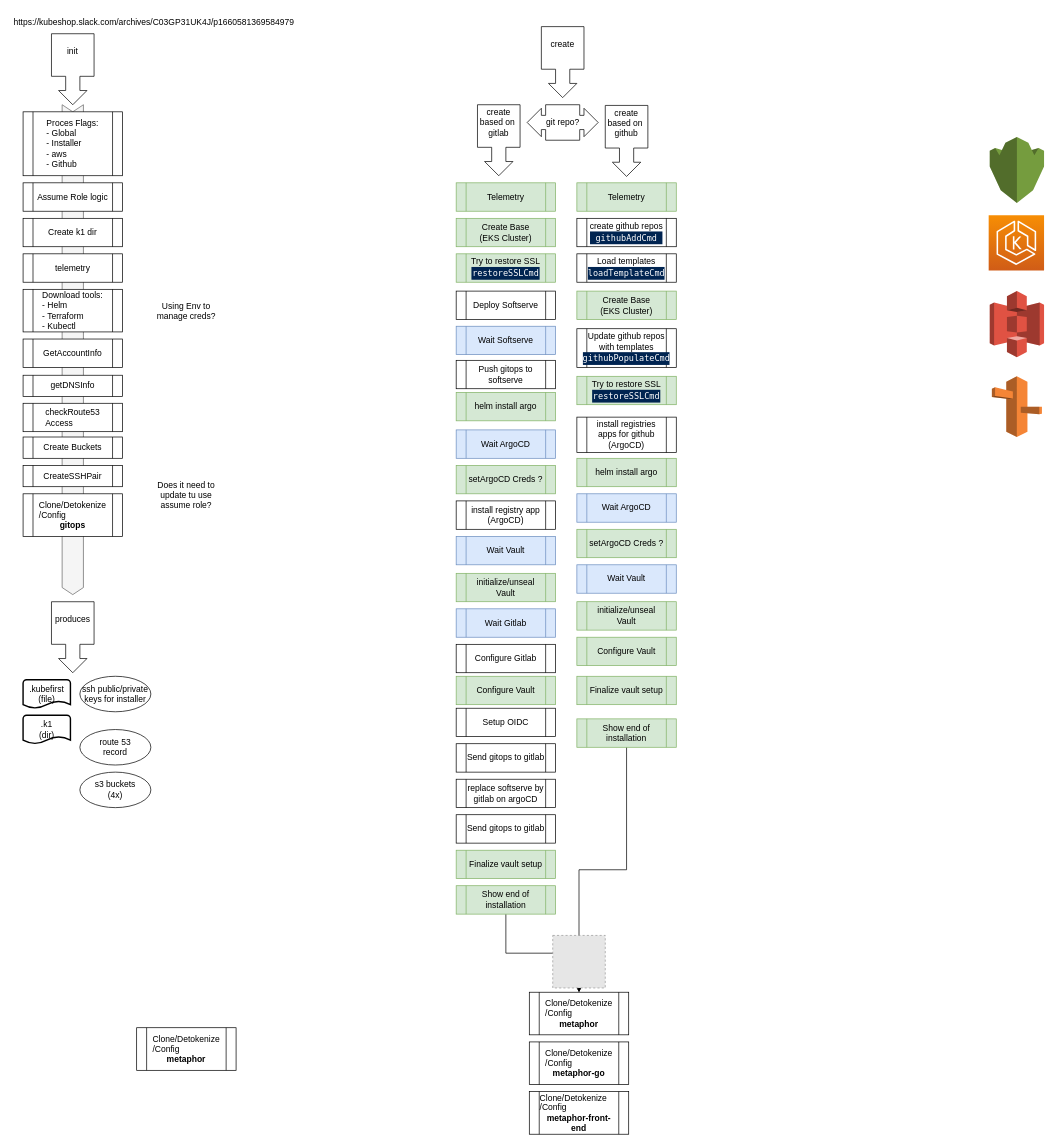
Before: Installer.drawio in org-demo-6za/diagrams-kubefirst, a draw.io diagram. Source tidied: cells renumbered, new cells numbered last; positions are measured from the earlier drawing's top-left corner, leaving out a move shared by most shapes. Both pictures are drawn from the tidied source at 71%, with x=0, y=0 at pixel (-173, 12). Pictures stored in the file or linked from it are replaced by grey dashed boxes.
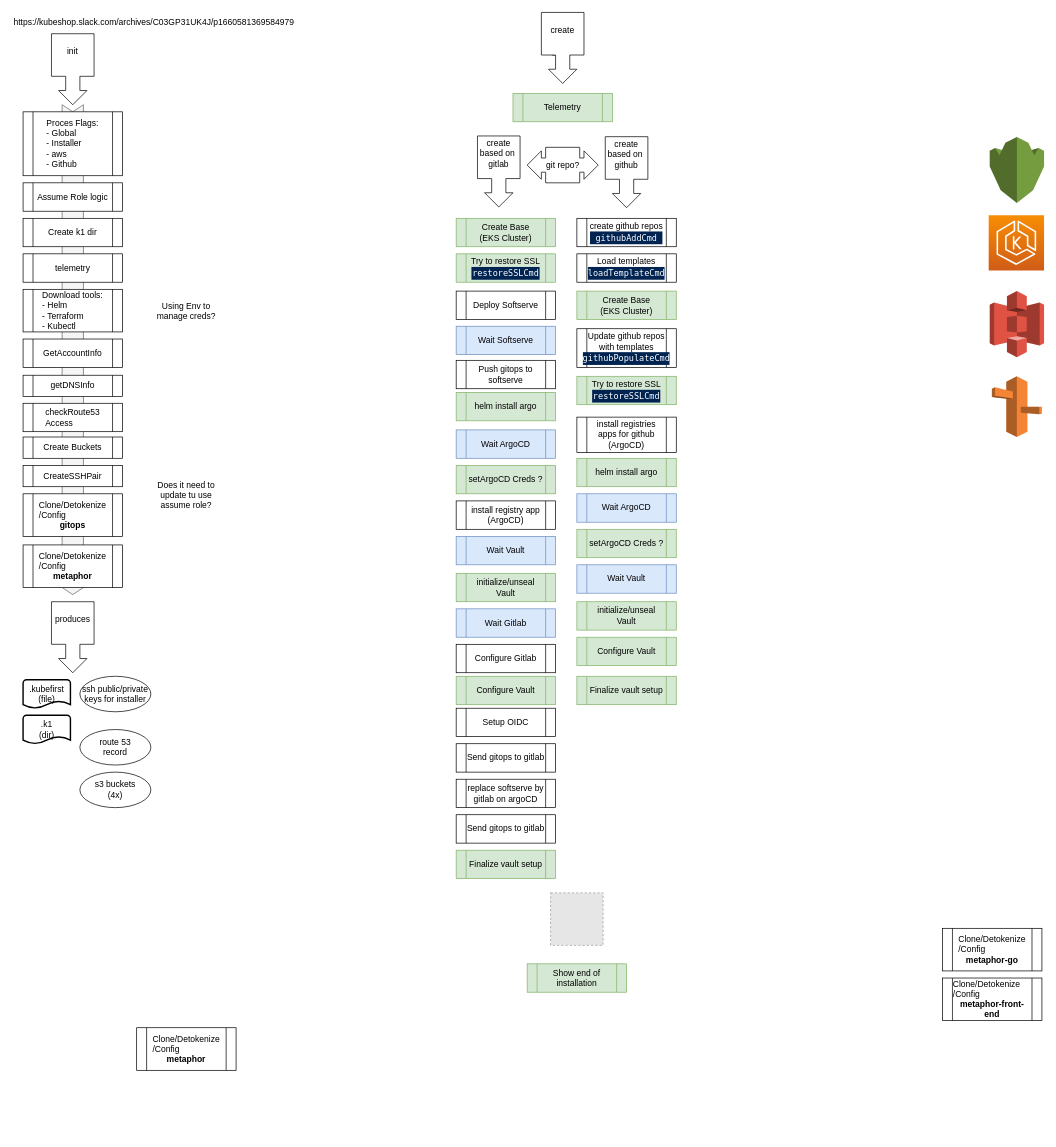
The same diagram, later.

Change to the diagram source:
```diff
@@
-    <mxCell id="7" style="html=1;shadow=0;dashed=0;align=center;verticalAlign=middle;shape=mxgraph.arrows2.calloutArrow;dy=10;dx=20;notch=60;arrowHead=10;rotation=90;" parent="1" vertex="1">
-      <mxGeometry x="985" y="40" width="100" height="60" as="geometry" />
-    </mxCell>
-    <mxCell id="8" value="create" style="text;html=1;strokeColor=none;fillColor=none;align=center;verticalAlign=middle;whiteSpace=wrap;rounded=0;" parent="1" vertex="1">
-      <mxGeometry x="1005" y="30" width="60" height="30" as="geometry" />
-    </mxCell>
     <mxCell id="9" value="git repo?" style="html=1;shadow=0;dashed=0;align=center;verticalAlign=middle;shape=mxgraph.arrows2.calloutDoubleArrow;dy=10;dx=20;notch=24;arrowHead=10;" parent="1" vertex="1">
-      <mxGeometry x="985" y="130" width="100" height="50" as="geometry" />
+      <mxGeometry x="985" y="190" width="100" height="50" as="geometry" />
     </mxCell>
     <mxCell id="10" style="html=1;shadow=0;dashed=0;align=center;verticalAlign=middle;shape=mxgraph.arrows2.calloutArrow;dy=10;dx=20;notch=60;arrowHead=10;rotation=90;" parent="1" vertex="1">
-      <mxGeometry x="895" y="150" width="100" height="60" as="geometry" />
+      <mxGeometry x="895" y="194" width="100" height="60" as="geometry" />
     </mxCell>
     <mxCell id="11" value="create based on&amp;nbsp;&lt;br&gt;gitlab" style="text;html=1;strokeColor=none;fillColor=none;align=center;verticalAlign=middle;whiteSpace=wrap;rounded=0;" parent="1" vertex="1">
-      <mxGeometry x="915" y="140" width="60" height="30" as="geometry" />
+      <mxGeometry x="915" y="184" width="60" height="30" as="geometry" />
     </mxCell>
     <mxCell id="12" style="html=1;shadow=0;dashed=0;align=center;verticalAlign=middle;shape=mxgraph.arrows2.calloutArrow;dy=10;dx=20;notch=60;arrowHead=10;rotation=90;" parent="1" vertex="1">
-      <mxGeometry x="1075" y="151" width="100" height="60" as="geometry" />
+      <mxGeometry x="1075" y="195" width="100" height="60" as="geometry" />
     </mxCell>
     <mxCell id="13" value="create based on&amp;nbsp;&lt;br&gt;github" style="text;html=1;strokeColor=none;fillColor=none;align=center;verticalAlign=middle;whiteSpace=wrap;rounded=0;" parent="1" vertex="1">
-      <mxGeometry x="1095" y="141" width="60" height="30" as="geometry" />
+      <mxGeometry x="1095" y="185" width="60" height="30" as="geometry" />
     </mxCell>
@@
     <mxCell id="31" value="&lt;div style=&quot;text-align: left;&quot;&gt;Clone/Detokenize&lt;/div&gt;&lt;div style=&quot;text-align: left;&quot;&gt;/Config&lt;/div&gt;&lt;div style=&quot;&quot;&gt;&lt;b&gt;metaphor&lt;/b&gt;&lt;br&gt;&lt;/div&gt;" style="shape=process;whiteSpace=wrap;html=1;backgroundOutline=1;" parent="1" vertex="1">
-      <mxGeometry x="988" y="1380" width="140" height="60" as="geometry" />
+      <mxGeometry x="275" y="750" width="140" height="60" as="geometry" />
     </mxCell>
@@
     <mxCell id="39" value="&lt;div style=&quot;text-align: left;&quot;&gt;Telemetry&lt;/div&gt;" style="shape=process;whiteSpace=wrap;html=1;backgroundOutline=1;fillColor=#d5e8d4;strokeColor=#82b366;" parent="1" vertex="1">
-      <mxGeometry x="885" y="240" width="140" height="40" as="geometry" />
+      <mxGeometry x="965" y="114" width="140" height="40" as="geometry" />
     </mxCell>
@@
-    <mxCell id="59" style="edgeStyle=orthogonalEdgeStyle;rounded=0;jettySize=auto;html=1;exitX=0.5;exitY=1;exitDx=0;exitDy=0;" parent="1" edge="1" source="60" target="31">
-      <mxGeometry relative="1" as="geometry" />
-    </mxCell>
     <mxCell id="60" value="&lt;div style=&quot;&quot;&gt;Show end of installation&lt;/div&gt;" style="shape=process;whiteSpace=wrap;html=1;backgroundOutline=1;align=center;fillColor=#d5e8d4;strokeColor=#82b366;" parent="1" vertex="1">
-      <mxGeometry x="885" y="1230" width="140" height="40" as="geometry" />
+      <mxGeometry x="985" y="1340" width="140" height="40" as="geometry" />
     </mxCell>
-    <mxCell id="61" value="&lt;div style=&quot;text-align: left;&quot;&gt;Telemetry&lt;/div&gt;" style="shape=process;whiteSpace=wrap;html=1;backgroundOutline=1;fillColor=#d5e8d4;strokeColor=#82b366;" parent="1" vertex="1">
-      <mxGeometry x="1055" y="240" width="140" height="40" as="geometry" />
-    </mxCell>
@@
-    <mxCell id="75" style="edgeStyle=orthogonalEdgeStyle;rounded=0;jettySize=auto;html=1;exitX=0.5;exitY=1;exitDx=0;exitDy=0;" parent="1" edge="1" source="76" target="31">
-      <mxGeometry relative="1" as="geometry" />
-    </mxCell>
-    <mxCell id="76" value="&lt;div style=&quot;&quot;&gt;Show end of installation&lt;/div&gt;" style="shape=process;whiteSpace=wrap;html=1;backgroundOutline=1;align=center;fillColor=#d5e8d4;strokeColor=#82b366;" parent="1" vertex="1">
-      <mxGeometry x="1055" y="995" width="140" height="40" as="geometry" />
-    </mxCell>
     <mxCell id="77" value="&lt;div style=&quot;text-align: left;&quot;&gt;Clone/Detokenize&lt;/div&gt;&lt;div style=&quot;text-align: left;&quot;&gt;/Config&lt;/div&gt;&lt;div style=&quot;&quot;&gt;&lt;b&gt;metaphor-go&lt;/b&gt;&lt;br&gt;&lt;/div&gt;" style="shape=process;whiteSpace=wrap;html=1;backgroundOutline=1;" parent="1" vertex="1">
-      <mxGeometry x="988" y="1450" width="140" height="60" as="geometry" />
+      <mxGeometry x="1570" y="1290" width="140" height="60" as="geometry" />
     </mxCell>
     <mxCell id="78" value="&lt;div style=&quot;text-align: left;&quot;&gt;Clone/Detokenize&lt;/div&gt;&lt;div style=&quot;text-align: left;&quot;&gt;/Config&lt;/div&gt;&lt;div style=&quot;&quot;&gt;&lt;b&gt;metaphor-front-end&lt;/b&gt;&lt;br&gt;&lt;/div&gt;" style="shape=process;whiteSpace=wrap;html=1;backgroundOutline=1;" parent="1" vertex="1">
-      <mxGeometry x="988" y="1520" width="140" height="60" as="geometry" />
+      <mxGeometry x="1570" y="1360" width="140" height="60" as="geometry" />
     </mxCell>
@@
     <mxCell id="80" style="fillColor=#E6E6E6;strokeColor=#999999;dashed=1;html=1;verticalAlign=top;verticalLabelPosition=bottom;labelBackgroundColor=#ffffff;" parent="1" vertex="1">
-      <mxGeometry x="1021" y="1300" width="74" height="74" as="geometry" />
+      <mxGeometry x="1018" y="1240" width="74" height="74" as="geometry" />
     </mxCell>
+    <mxCell id="81" style="group;" parent="1" vertex="1">
+      <mxGeometry x="1005" width="60" height="100" as="geometry" />
+    </mxCell>
+    <mxCell id="82" style="edgeStyle=orthogonalEdgeStyle;rounded=0;jettySize=auto;html=1;exitX=0;exitY=0;exitDx=60;exitDy=40;exitPerimeter=0;entryX=0.25;entryY=1;entryDx=0;entryDy=0;" parent="81" edge="1" source="7" target="8">
+      <mxGeometry relative="1" as="geometry" />
+    </mxCell>
+    <mxCell id="7" style="html=1;shadow=0;dashed=0;align=center;verticalAlign=middle;shape=mxgraph.arrows2.calloutArrow;dy=10;dx=20;notch=60;arrowHead=10;rotation=90;" parent="81" vertex="1">
+      <mxGeometry x="-20" y="20" width="100" height="60" as="geometry" />
+    </mxCell>
+    <mxCell id="8" value="create" style="text;html=1;strokeColor=none;fillColor=none;align=center;verticalAlign=middle;whiteSpace=wrap;rounded=0;" parent="81" vertex="1">
+      <mxGeometry y="10" width="60" height="30" as="geometry" />
+    </mxCell>
```
